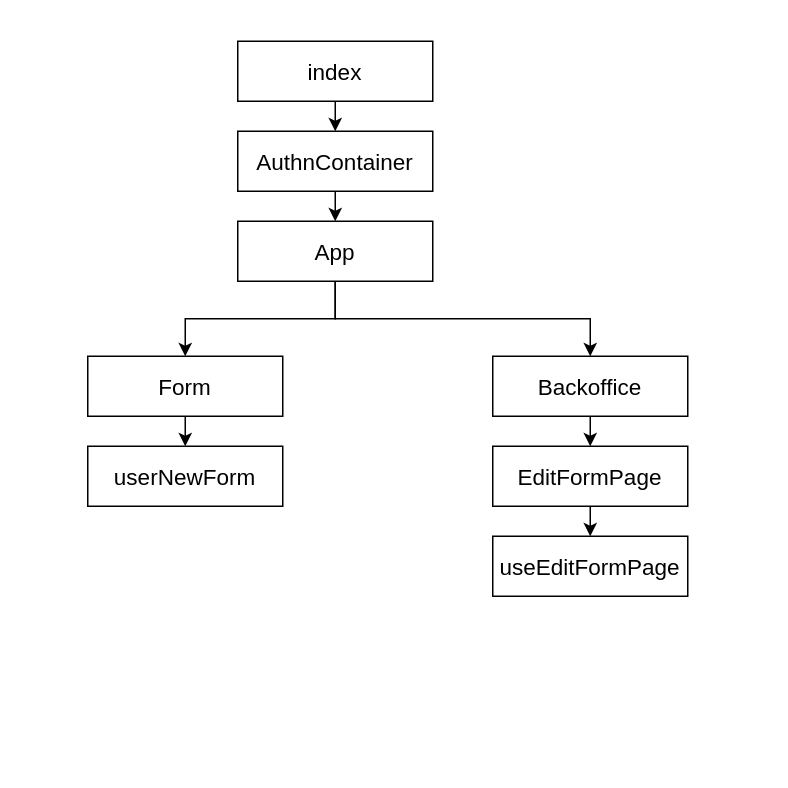
Before: docs/report/figures/reactComponentTree.drawio in dadiva-team/dadiva-ipo, a draw.io diagram. Source tidied: cells renumbered, new cells numbered last; positions are measured from the earlier drawing's top-left corner, leaving out a move shared by most shapes. Both pictures are drawn from the tidied source at 150%, with x=0, y=0 at pixel (87, 40).
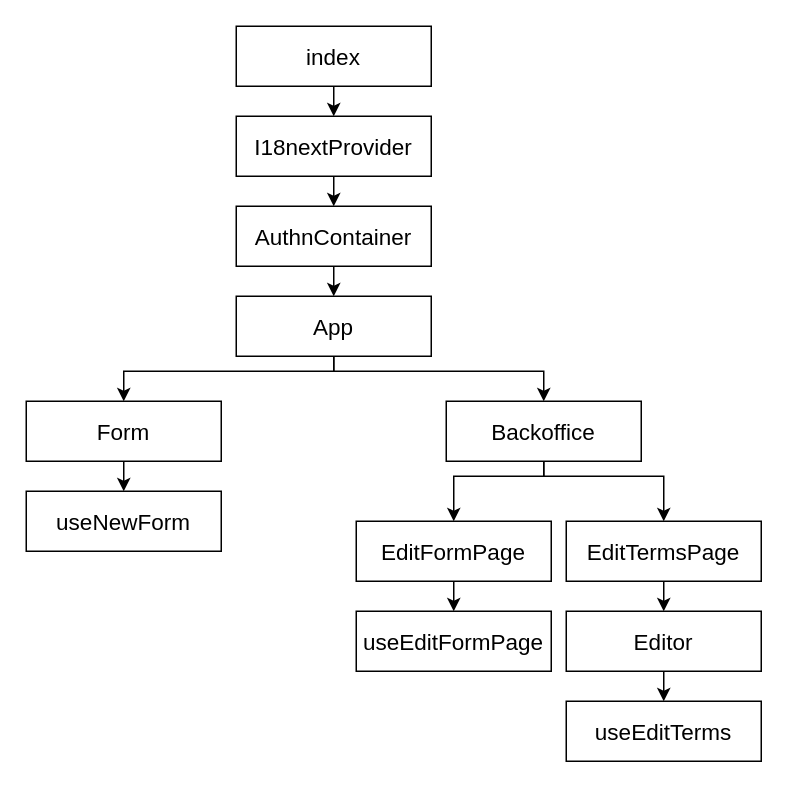
The same diagram, later.

What changed in the source:
```diff
@@
-    <mxCell id="2" style="edgeStyle=orthogonalEdgeStyle;rounded=0;jettySize=auto;html=1;exitX=0.5;exitY=1;exitDx=0;exitDy=0;entryX=0.5;entryY=0;entryDx=0;entryDy=0;" parent="1" edge="1" source="3" target="5">
-      <mxGeometry relative="1" as="geometry" />
-    </mxCell>
+    <mxCell id="17" style="edgeStyle=orthogonalEdgeStyle;rounded=0;jettySize=auto;html=1;exitX=0.5;exitY=1;exitDx=0;exitDy=0;entryX=0.5;entryY=0;entryDx=0;entryDy=0;" parent="1" edge="1" source="3" target="25">
+      <mxGeometry relative="1" as="geometry" />
+    </mxCell>
     <mxCell id="3" value="&lt;font style=&quot;font-size: 15px;&quot;&gt;index&lt;/font&gt;" style="rounded=0;whiteSpace=wrap;html=1;" parent="1" vertex="1">
-      <mxGeometry x="100" width="130" height="40" as="geometry" />
+      <mxGeometry x="99" y="-10" width="130" height="40" as="geometry" />
     </mxCell>
@@
     <mxCell id="5" value="&lt;span style=&quot;font-size: 15px;&quot;&gt;AuthnContainer&lt;/span&gt;" style="rounded=0;whiteSpace=wrap;html=1;" parent="1" vertex="1">
-      <mxGeometry x="100" y="60" width="130" height="40" as="geometry" />
+      <mxGeometry x="99" y="110" width="130" height="40" as="geometry" />
     </mxCell>
-    <mxCell id="6" style="edgeStyle=orthogonalEdgeStyle;rounded=0;jettySize=auto;html=1;exitX=0.5;exitY=1;exitDx=0;exitDy=0;" parent="1" edge="1" source="8" target="10">
-      <mxGeometry relative="1" as="geometry" />
+    <mxCell id="6" style="edgeStyle=orthogonalEdgeStyle;rounded=0;jettySize=auto;html=1;exitX=0.5;exitY=1;exitDx=0;exitDy=0;entryX=0.5;entryY=0;entryDx=0;entryDy=0;" parent="1" edge="1" source="8" target="10">
+      <mxGeometry relative="1" as="geometry">
+        <Array as="points">
+          <mxPoint x="164" y="220" />
+          <mxPoint x="24" y="220" />
+        </Array>
+      </mxGeometry>
     </mxCell>
-    <mxCell id="7" style="edgeStyle=orthogonalEdgeStyle;rounded=0;jettySize=auto;html=1;exitX=0.5;exitY=1;exitDx=0;exitDy=0;" parent="1" edge="1" source="8" target="12">
-      <mxGeometry relative="1" as="geometry" />
+    <mxCell id="7" style="edgeStyle=orthogonalEdgeStyle;rounded=0;jettySize=auto;html=1;exitX=0.5;exitY=1;exitDx=0;exitDy=0;entryX=0.5;entryY=0;entryDx=0;entryDy=0;" parent="1" edge="1" source="8" target="12">
+      <mxGeometry relative="1" as="geometry">
+        <Array as="points">
+          <mxPoint x="164" y="220" />
+          <mxPoint x="304" y="220" />
+        </Array>
+      </mxGeometry>
     </mxCell>
     <mxCell id="8" value="&lt;span style=&quot;font-size: 15px;&quot;&gt;App&lt;/span&gt;" style="rounded=0;whiteSpace=wrap;html=1;" parent="1" vertex="1">
-      <mxGeometry x="100" y="120" width="130" height="40" as="geometry" />
+      <mxGeometry x="99" y="170" width="130" height="40" as="geometry" />
     </mxCell>
@@
     <mxCell id="10" value="&lt;span style=&quot;font-size: 15px;&quot;&gt;Form&lt;/span&gt;" style="rounded=0;whiteSpace=wrap;html=1;" parent="1" vertex="1">
-      <mxGeometry y="210" width="130" height="40" as="geometry" />
+      <mxGeometry x="-41" y="240" width="130" height="40" as="geometry" />
     </mxCell>
     <mxCell id="11" style="edgeStyle=orthogonalEdgeStyle;rounded=0;jettySize=auto;html=1;exitX=0.5;exitY=1;exitDx=0;exitDy=0;entryX=0.5;entryY=0;entryDx=0;entryDy=0;" parent="1" edge="1" source="12" target="14">
-      <mxGeometry relative="1" as="geometry" />
+      <mxGeometry relative="1" as="geometry">
+        <Array as="points">
+          <mxPoint x="304" y="290" />
+          <mxPoint x="244" y="290" />
+        </Array>
+      </mxGeometry>
     </mxCell>
+    <mxCell id="18" style="edgeStyle=orthogonalEdgeStyle;rounded=0;jettySize=auto;html=1;exitX=0.5;exitY=1;exitDx=0;exitDy=0;entryX=0.5;entryY=0;entryDx=0;entryDy=0;" parent="1" edge="1" source="12" target="20">
+      <mxGeometry relative="1" as="geometry">
+        <Array as="points">
+          <mxPoint x="304" y="290" />
+          <mxPoint x="384" y="290" />
+        </Array>
+      </mxGeometry>
+    </mxCell>
     <mxCell id="12" value="&lt;span style=&quot;font-size: 15px;&quot;&gt;Backoffice&lt;/span&gt;" style="rounded=0;whiteSpace=wrap;html=1;" parent="1" vertex="1">
-      <mxGeometry x="270" y="210" width="130" height="40" as="geometry" />
+      <mxGeometry x="239" y="240" width="130" height="40" as="geometry" />
     </mxCell>
@@
     <mxCell id="14" value="&lt;span style=&quot;font-size: 15px;&quot;&gt;EditFormPage&lt;/span&gt;" style="rounded=0;whiteSpace=wrap;html=1;" parent="1" vertex="1">
-      <mxGeometry x="270" y="270" width="130" height="40" as="geometry" />
+      <mxGeometry x="179" y="320" width="130" height="40" as="geometry" />
     </mxCell>
-    <mxCell id="15" value="&lt;span style=&quot;font-size: 15px;&quot;&gt;userNewForm&lt;/span&gt;" style="rounded=0;whiteSpace=wrap;html=1;" parent="1" vertex="1">
-      <mxGeometry y="270" width="130" height="40" as="geometry" />
+    <mxCell id="15" value="&lt;span style=&quot;font-size: 15px;&quot;&gt;useNewForm&lt;/span&gt;" style="rounded=0;whiteSpace=wrap;html=1;" parent="1" vertex="1">
+      <mxGeometry x="-41" y="300" width="130" height="40" as="geometry" />
     </mxCell>
     <mxCell id="16" value="&lt;span style=&quot;font-size: 15px;&quot;&gt;useEditFormPage&lt;/span&gt;" style="rounded=0;whiteSpace=wrap;html=1;" parent="1" vertex="1">
-      <mxGeometry x="270" y="330" width="130" height="40" as="geometry" />
+      <mxGeometry x="179" y="380" width="130" height="40" as="geometry" />
     </mxCell>
+    <mxCell id="19" style="edgeStyle=orthogonalEdgeStyle;rounded=0;jettySize=auto;html=1;exitX=0.5;exitY=1;exitDx=0;exitDy=0;entryX=0.5;entryY=0;entryDx=0;entryDy=0;" parent="1" edge="1" source="20" target="22">
+      <mxGeometry relative="1" as="geometry" />
+    </mxCell>
+    <mxCell id="20" value="&lt;span style=&quot;font-size: 15px;&quot;&gt;EditTermsPage&lt;/span&gt;" style="rounded=0;whiteSpace=wrap;html=1;" parent="1" vertex="1">
+      <mxGeometry x="319" y="320" width="130" height="40" as="geometry" />
+    </mxCell>
+    <mxCell id="21" style="edgeStyle=orthogonalEdgeStyle;rounded=0;jettySize=auto;html=1;exitX=0.5;exitY=1;exitDx=0;exitDy=0;entryX=0.5;entryY=0;entryDx=0;entryDy=0;" parent="1" edge="1" source="22" target="23">
+      <mxGeometry relative="1" as="geometry" />
+    </mxCell>
+    <mxCell id="22" value="&lt;span style=&quot;font-size: 15px;&quot;&gt;Editor&lt;/span&gt;" style="rounded=0;whiteSpace=wrap;html=1;" parent="1" vertex="1">
+      <mxGeometry x="319" y="380" width="130" height="40" as="geometry" />
+    </mxCell>
+    <mxCell id="23" value="&lt;span style=&quot;font-size: 15px;&quot;&gt;use&lt;/span&gt;&lt;span style=&quot;font-size: 15px; background-color: initial;&quot;&gt;EditTerms&lt;/span&gt;" style="rounded=0;whiteSpace=wrap;html=1;" parent="1" vertex="1">
+      <mxGeometry x="319" y="440" width="130" height="40" as="geometry" />
+    </mxCell>
+    <mxCell id="24" style="edgeStyle=orthogonalEdgeStyle;rounded=0;jettySize=auto;html=1;exitX=0.5;exitY=1;exitDx=0;exitDy=0;entryX=0.5;entryY=0;entryDx=0;entryDy=0;" parent="1" edge="1" source="25" target="5">
+      <mxGeometry relative="1" as="geometry" />
+    </mxCell>
+    <mxCell id="25" value="&lt;span style=&quot;font-size: 15px;&quot;&gt;I18nextProvider&lt;/span&gt;" style="rounded=0;whiteSpace=wrap;html=1;" parent="1" vertex="1">
+      <mxGeometry x="99" y="50" width="130" height="40" as="geometry" />
+    </mxCell>
```
